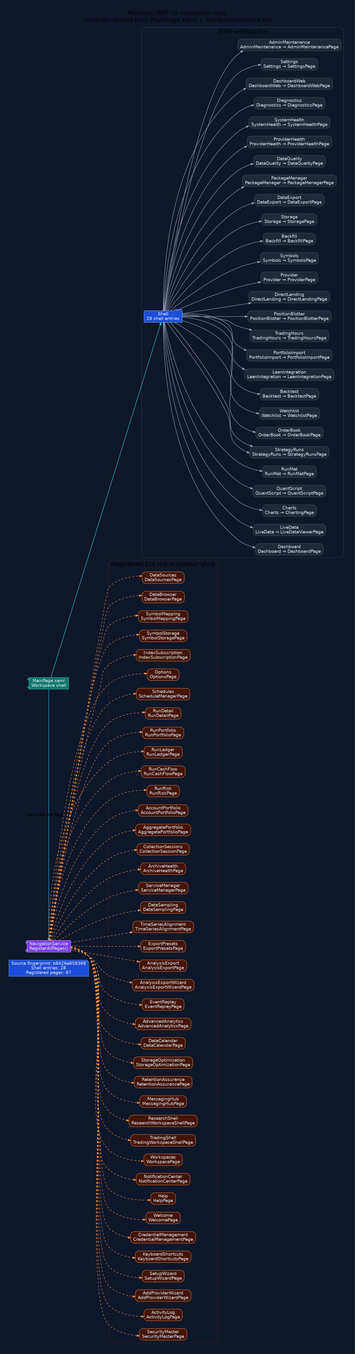
rodoHasArrived/Meridian-main keeps this Graphviz diagram as docs/diagrams/ui-navigation-map.png. Above is the earlier version. Its source is kept beside it as docs/diagrams/ui-navigation-map.dot.
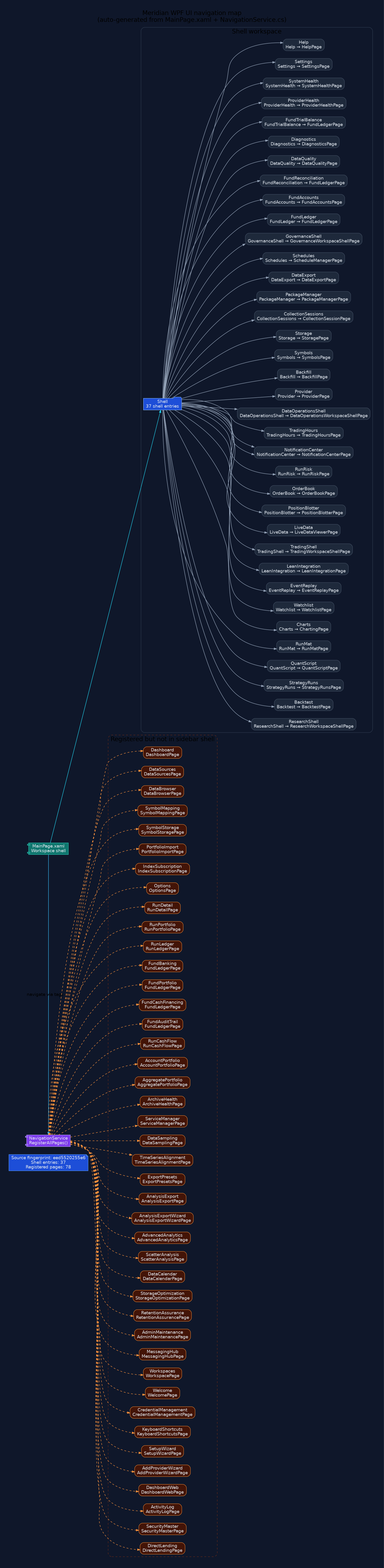
The same diagram one commit later.

What changed in the source:
```diff
@@ -13,7 +13,7 @@
   node [fontname="Segoe UI", shape=box, style="rounded,filled", color="#475569", fontcolor="#e2e8f0", fillcolor="#1e293b"];
   edge [fontname="Segoe UI", color="#94a3b8", penwidth=1.3, arrowsize=0.8];
 
-  generated [shape=note, fillcolor="#1d4ed8", color="#60a5fa", label="Source fingerprint: b8426e858368\nShell entries: 28\nRegistered pages: 67"];
+  generated [shape=note, fillcolor="#1d4ed8", color="#60a5fa", label="Source fingerprint: eed5520255e6\nShell entries: 37\nRegistered pages: 78"];
   shell [shape=component, fillcolor="#0f766e", color="#2dd4bf", label="MainPage.xaml\nWorkspace shell"];
   navigation [shape=component, fillcolor="#7c3aed", color="#c4b5fd", label="NavigationService\nRegisterAllPages()"];
   shell -> navigation [label="navigate via tags", color="#38bdf8"];
@@ -22,70 +22,90 @@
     label="Shell workspace";
     color="#334155";
     style="rounded";
-    workspace_1 [shape=folder, fillcolor="#1d4ed8", color="#93c5fd", label="Shell\n28 shell entries"];
+    workspace_1 [shape=folder, fillcolor="#1d4ed8", color="#93c5fd", label="Shell\n37 shell entries"];
     shell -> workspace_1 [color="#22d3ee"];
-    page_Dashboard [label="Dashboard\nDashboard → DashboardPage", fillcolor="#1e293b"];
-    workspace_1 -> page_Dashboard;
-    page_LiveData [label="LiveData\nLiveData → LiveDataViewerPage", fillcolor="#1e293b"];
-    workspace_1 -> page_LiveData;
-    page_Charts [label="Charts\nCharts → ChartingPage", fillcolor="#1e293b"];
-    workspace_1 -> page_Charts;
+    page_ResearchShell [label="ResearchShell\nResearchShell → ResearchWorkspaceShellPage", fillcolor="#1e293b"];
+    workspace_1 -> page_ResearchShell;
+    page_Backtest [label="Backtest\nBacktest → BacktestPage", fillcolor="#1e293b"];
+    workspace_1 -> page_Backtest;
+    page_StrategyRuns [label="StrategyRuns\nStrategyRuns → StrategyRunsPage", fillcolor="#1e293b"];
+    workspace_1 -> page_StrategyRuns;
     page_QuantScript [label="QuantScript\nQuantScript → QuantScriptPage", fillcolor="#1e293b"];
     workspace_1 -> page_QuantScript;
     page_RunMat [label="RunMat\nRunMat → RunMatPage", fillcolor="#1e293b"];
     workspace_1 -> page_RunMat;
-    page_StrategyRuns [label="StrategyRuns\nStrategyRuns → StrategyRunsPage", fillcolor="#1e293b"];
-    workspace_1 -> page_StrategyRuns;
+    page_Charts [label="Charts\nCharts → ChartingPage", fillcolor="#1e293b"];
+    workspace_1 -> page_Charts;
+    page_Watchlist [label="Watchlist\nWatchlist → WatchlistPage", fillcolor="#1e293b"];
+    workspace_1 -> page_Watchlist;
+    page_EventReplay [label="EventReplay\nEventReplay → EventReplayPage", fillcolor="#1e293b"];
+    workspace_1 -> page_EventReplay;
+    page_LeanIntegration [label="LeanIntegration\nLeanIntegration → LeanIntegrationPage", fillcolor="#1e293b"];
+    workspace_1 -> page_LeanIntegration;
+    page_TradingShell [label="TradingShell\nTradingShell → TradingWorkspaceShellPage", fillcolor="#1e293b"];
+    workspace_1 -> page_TradingShell;
+    page_LiveData [label="LiveData\nLiveData → LiveDataViewerPage", fillcolor="#1e293b"];
+    workspace_1 -> page_LiveData;
+    page_PositionBlotter [label="PositionBlotter\nPositionBlotter → PositionBlotterPage", fillcolor="#1e293b"];
+    workspace_1 -> page_PositionBlotter;
     page_OrderBook [label="OrderBook\nOrderBook → OrderBookPage", fillcolor="#1e293b"];
     workspace_1 -> page_OrderBook;
-    page_Watchlist [label="Watchlist\nWatchlist → WatchlistPage", fillcolor="#1e293b"];
-    workspace_1 -> page_Watchlist;
-    page_Backtest [label="Backtest\nBacktest → BacktestPage", fillcolor="#1e293b"];
-    workspace_1 -> page_Backtest;
-    page_StrategyRuns [label="StrategyRuns\nStrategyRuns → StrategyRunsPage", fillcolor="#1e293b"];
-    workspace_1 -> page_StrategyRuns;
-    page_LeanIntegration [label="LeanIntegration\nLeanIntegration → LeanIntegrationPage", fillcolor="#1e293b"];
-    workspace_1 -> page_LeanIntegration;
-    page_PortfolioImport [label="PortfolioImport\nPortfolioImport → PortfolioImportPage", fillcolor="#1e293b"];
-    workspace_1 -> page_PortfolioImport;
+    page_RunRisk [label="RunRisk\nRunRisk → RunRiskPage", fillcolor="#1e293b"];
+    workspace_1 -> page_RunRisk;
+    page_NotificationCenter [label="NotificationCenter\nNotificationCenter → NotificationCenterPage", fillcolor="#1e293b"];
+    workspace_1 -> page_NotificationCenter;
     page_TradingHours [label="TradingHours\nTradingHours → TradingHoursPage", fillcolor="#1e293b"];
     workspace_1 -> page_TradingHours;
-    page_PositionBlotter [label="PositionBlotter\nPositionBlotter → PositionBlotterPage", fillcolor="#1e293b"];
-    workspace_1 -> page_PositionBlotter;
-    page_DirectLending [label="DirectLending\nDirectLending → DirectLendingPage", fillcolor="#1e293b"];
-    workspace_1 -> page_DirectLending;
+    page_DataOperationsShell [label="DataOperationsShell\nDataOperationsShell → DataOperationsWorkspaceShellPage", fillcolor="#1e293b"];
+    workspace_1 -> page_DataOperationsShell;
     page_Provider [label="Provider\nProvider → ProviderPage", fillcolor="#1e293b"];
     workspace_1 -> page_Provider;
+    page_Backfill [label="Backfill\nBackfill → BackfillPage", fillcolor="#1e293b"];
+    workspace_1 -> page_Backfill;
     page_Symbols [label="Symbols\nSymbols → SymbolsPage", fillcolor="#1e293b"];
     workspace_1 -> page_Symbols;
-    page_Backfill [label="Backfill\nBackfill → BackfillPage", fillcolor="#1e293b"];
-    workspace_1 -> page_Backfill;
     page_Storage [label="Storage\nStorage → StoragePage", fillcolor="#1e293b"];
     workspace_1 -> page_Storage;
+    page_CollectionSessions [label="CollectionSessions\nCollectionSessions → CollectionSessionPage", fillcolor="#1e293b"];
+    workspace_1 -> page_CollectionSessions;
+    page_PackageManager [label="PackageManager\nPackageManager → PackageManagerPage", fillcolor="#1e293b"];
+    workspace_1 -> page_PackageManager;
     page_DataExport [label="DataExport\nDataExport → DataExportPage", fillcolor="#1e293b"];
     workspace_1 -> page_DataExport;
-    page_PackageManager [label="PackageManager\nPackageManager → PackageManagerPage", fillcolor="#1e293b"];
-    workspace_1 -> page_PackageManager;
+    page_Schedules [label="Schedules\nSchedules → ScheduleManagerPage", fillcolor="#1e293b"];
+    workspace_1 -> page_Schedules;
+    page_GovernanceShell [label="GovernanceShell\nGovernanceShell → GovernanceWorkspaceShellPage", fillcolor="#1e293b"];
+    workspace_1 -> page_GovernanceShell;
+    page_FundLedger [label="FundLedger\nFundLedger → FundLedgerPage", fillcolor="#1e293b"];
+    workspace_1 -> page_FundLedger;
+    page_FundAccounts [label="FundAccounts\nFundAccounts → FundAccountsPage", fillcolor="#1e293b"];
+    workspace_1 -> page_FundAccounts;
+    page_FundReconciliation [label="FundReconciliation\nFundReconciliation → FundLedgerPage", fillcolor="#1e293b"];
+    workspace_1 -> page_FundReconciliation;
     page_DataQuality [label="DataQuality\nDataQuality → DataQualityPage", fillcolor="#1e293b"];
     workspace_1 -> page_DataQuality;
+    page_Diagnostics [label="Diagnostics\nDiagnostics → DiagnosticsPage", fillcolor="#1e293b"];
+    workspace_1 -> page_Diagnostics;
+    page_NotificationCenter [label="NotificationCenter\nNotificationCenter → NotificationCenterPage", fillcolor="#1e293b"];
+    workspace_1 -> page_NotificationCenter;
+    page_FundTrialBalance [label="FundTrialBalance\nFundTrialBalance → FundLedgerPage", fillcolor="#1e293b"];
+    workspace_1 -> page_FundTrialBalance;
     page_ProviderHealth [label="ProviderHealth\nProviderHealth → ProviderHealthPage", fillcolor="#1e293b"];
     workspace_1 -> page_ProviderHealth;
     page_SystemHealth [label="SystemHealth\nSystemHealth → SystemHealthPage", fillcolor="#1e293b"];
     workspace_1 -> page_SystemHealth;
-    page_Diagnostics [label="Diagnostics\nDiagnostics → DiagnosticsPage", fillcolor="#1e293b"];
-    workspace_1 -> page_Diagnostics;
-    page_DashboardWeb [label="DashboardWeb\nDashboardWeb → DashboardWebPage", fillcolor="#1e293b"];
-    workspace_1 -> page_DashboardWeb;
     page_Settings [label="Settings\nSettings → SettingsPage", fillcolor="#1e293b"];
     workspace_1 -> page_Settings;
-    page_AdminMaintenance [label="AdminMaintenance\nAdminMaintenance → AdminMaintenancePage", fillcolor="#1e293b"];
-    workspace_1 -> page_AdminMaintenance;
+    page_Help [label="Help\nHelp → HelpPage", fillcolor="#1e293b"];
+    workspace_1 -> page_Help;
   }
 
   subgraph cluster_hidden_pages {
     label="Registered but not in sidebar shell";
     color="#7c2d12";
     style="rounded,dashed";
+    hidden_Dashboard [label="Dashboard\nDashboardPage", fillcolor="#431407", color="#fb923c"];
+    navigation -> hidden_Dashboard [style=dashed, color="#fb923c"];
     hidden_DataSources [label="DataSources\nDataSourcesPage", fillcolor="#431407", color="#fb923c"];
     navigation -> hidden_DataSources [style=dashed, color="#fb923c"];
     hidden_DataBrowser [label="DataBrowser\nDataBrowserPage", fillcolor="#431407", color="#fb923c"];
@@ -94,28 +114,32 @@
     navigation -> hidden_SymbolMapping [style=dashed, color="#fb923c"];
     hidden_SymbolStorage [label="SymbolStorage\nSymbolStoragePage", fillcolor="#431407", color="#fb923c"];
     navigation -> hidden_SymbolStorage [style=dashed, color="#fb923c"];
+    hidden_PortfolioImport [label="PortfolioImport\nPortfolioImportPage", fillcolor="#431407", color="#fb923c"];
+    navigation -> hidden_PortfolioImport [style=dashed, color="#fb923c"];
     hidden_IndexSubscription [label="IndexSubscription\nIndexSubscriptionPage", fillcolor="#431407", color="#fb923c"];
     navigation -> hidden_IndexSubscription [style=dashed, color="#fb923c"];
     hidden_Options [label="Options\nOptionsPage", fillcolor="#431407", color="#fb923c"];
     navigation -> hidden_Options [style=dashed, color="#fb923c"];
-    hidden_Schedules [label="Schedules\nScheduleManagerPage", fillcolor="#431407", color="#fb923c"];
-    navigation -> hidden_Schedules [style=dashed, color="#fb923c"];
     hidden_RunDetail [label="RunDetail\nRunDetailPage", fillcolor="#431407", color="#fb923c"];
     navigation -> hidden_RunDetail [style=dashed, color="#fb923c"];
     hidden_RunPortfolio [label="RunPortfolio\nRunPortfolioPage", fillcolor="#431407", color="#fb923c"];
     navigation -> hidden_RunPortfolio [style=dashed, color="#fb923c"];
     hidden_RunLedger [label="RunLedger\nRunLedgerPage", fillcolor="#431407", color="#fb923c"];
     navigation -> hidden_RunLedger [style=dashed, color="#fb923c"];
+    hidden_FundBanking [label="FundBanking\nFundLedgerPage", fillcolor="#431407", color="#fb923c"];
+    navigation -> hidden_FundBanking [style=dashed, color="#fb923c"];
+    hidden_FundPortfolio [label="FundPortfolio\nFundLedgerPage", fillcolor="#431407", color="#fb923c"];
+    navigation -> hidden_FundPortfolio [style=dashed, color="#fb923c"];
+    hidden_FundCashFinancing [label="FundCashFinancing\nFundLedgerPage", fillcolor="#431407", color="#fb923c"];
+    navigation -> hidden_FundCashFinancing [style=dashed, color="#fb923c"];
+    hidden_FundAuditTrail [label="FundAuditTrail\nFundLedgerPage", fillcolor="#431407", color="#fb923c"];
+    navigation -> hidden_FundAuditTrail [style=dashed, color="#fb923c"];
     hidden_RunCashFlow [label="RunCashFlow\nRunCashFlowPage", fillcolor="#431407", color="#fb923c"];
     navigation -> hidden_RunCashFlow [style=dashed, color="#fb923c"];
-    hidden_RunRisk [label="RunRisk\nRunRiskPage", fillcolor="#431407", color="#fb923c"];
-    navigation -> hidden_RunRisk [style=dashed, color="#fb923c"];
     hidden_AccountPortfolio [label="AccountPortfolio\nAccountPortfolioPage", fillcolor="#431407", color="#fb923c"];
     navigation -> hidden_AccountPortfolio [style=dashed, color="#fb923c"];
     hidden_AggregatePortfolio [label="AggregatePortfolio\nAggregatePortfolioPage", fillcolor="#431407", color="#fb923c"];
     navigation -> hidden_AggregatePortfolio [style=dashed, color="#fb923c"];
-    hidden_CollectionSessions [label="CollectionSessions\nCollectionSessionPage", fillcolor="#431407", color="#fb923c"];
-    navigation -> hidden_CollectionSessions [style=dashed, color="#fb923c"];
     hidden_ArchiveHealth [label="ArchiveHealth\nArchiveHealthPage", fillcolor="#431407", color="#fb923c"];
     navigation -> hidden_ArchiveHealth [style=dashed, color="#fb923c"];
     hidden_ServiceManager [label="ServiceManager\nServiceManagerPage", fillcolor="#431407", color="#fb923c"];
@@ -130,28 +154,22 @@
     navigation -> hidden_AnalysisExport [style=dashed, color="#fb923c"];
     hidden_AnalysisExportWizard [label="AnalysisExportWizard\nAnalysisExportWizardPage", fillcolor="#431407", color="#fb923c"];
     navigation -> hidden_AnalysisExportWizard [style=dashed, color="#fb923c"];
-    hidden_EventReplay [label="EventReplay\nEventReplayPage", fillcolor="#431407", color="#fb923c"];
-    navigation -> hidden_EventReplay [style=dashed, color="#fb923c"];
     hidden_AdvancedAnalytics [label="AdvancedAnalytics\nAdvancedAnalyticsPage", fillcolor="#431407", color="#fb923c"];
     navigation -> hidden_AdvancedAnalytics [style=dashed, color="#fb923c"];
+    hidden_ScatterAnalysis [label="ScatterAnalysis\nScatterAnalysisPage", fillcolor="#431407", color="#fb923c"];
+    navigation -> hidden_ScatterAnalysis [style=dashed, color="#fb923c"];
     hidden_DataCalendar [label="DataCalendar\nDataCalendarPage", fillcolor="#431407", color="#fb923c"];
     navigation -> hidden_DataCalendar [style=dashed, color="#fb923c"];
     hidden_StorageOptimization [label="StorageOptimization\nStorageOptimizationPage", fillcolor="#431407", color="#fb923c"];
     navigation -> hidden_StorageOptimization [style=dashed, color="#fb923c"];
     hidden_RetentionAssurance [label="RetentionAssurance\nRetentionAssurancePage", fillcolor="#431407", color="#fb923c"];
     navigation -> hidden_RetentionAssurance [style=dashed, color="#fb923c"];
+    hidden_AdminMaintenance [label="AdminMaintenance\nAdminMaintenancePage", fillcolor="#431407", color="#fb923c"];
+    navigation -> hidden_AdminMaintenance [style=dashed, color="#fb923c"];
     hidden_MessagingHub [label="MessagingHub\nMessagingHubPage", fillcolor="#431407", color="#fb923c"];
     navigation -> hidden_MessagingHub [style=dashed, color="#fb923c"];
-    hidden_ResearchShell [label="ResearchShell\nResearchWorkspaceShellPage", fillcolor="#431407", color="#fb923c"];
-    navigation -> hidden_ResearchShell [style=dashed, color="#fb923c"];
-    hidden_TradingShell [label="TradingShell\nTradingWorkspaceShellPage", fillcolor="#431407", color="#fb923c"];
-    navigation -> hidden_TradingShell [style=dashed, color="#fb923c"];
     hidden_Workspaces [label="Workspaces\nWorkspacePage", fillcolor="#431407", color="#fb923c"];
     navigation -> hidden_Workspaces [style=dashed, color="#fb923c"];
-    hidden_NotificationCenter [label="NotificationCenter\nNotificationCenterPage", fillcolor="#431407", color="#fb923c"];
-    navigation -> hidden_NotificationCenter [style=dashed, color="#fb923c"];
-    hidden_Help [label="Help\nHelpPage", fillcolor="#431407", color="#fb923c"];
-    navigation -> hidden_Help [style=dashed, color="#fb923c"];
     hidden_Welcome [label="Welcome\nWelcomePage", fillcolor="#431407", color="#fb923c"];
     navigation -> hidden_Welcome [style=dashed, color="#fb923c"];
     hidden_CredentialManagement [label="CredentialManagement\nCredentialManagementPage", fillcolor="#431407", color="#fb923c"];
@@ -162,10 +180,14 @@
     navigation -> hidden_SetupWizard [style=dashed, color="#fb923c"];
     hidden_AddProviderWizard [label="AddProviderWizard\nAddProviderWizardPage", fillcolor="#431407", color="#fb923c"];
     navigation -> hidden_AddProviderWizard [style=dashed, color="#fb923c"];
+    hidden_DashboardWeb [label="DashboardWeb\nDashboardWebPage", fillcolor="#431407", color="#fb923c"];
+    navigation -> hidden_DashboardWeb [style=dashed, color="#fb923c"];
     hidden_ActivityLog [label="ActivityLog\nActivityLogPage", fillcolor="#431407", color="#fb923c"];
     navigation -> hidden_ActivityLog [style=dashed, color="#fb923c"];
     hidden_SecurityMaster [label="SecurityMaster\nSecurityMasterPage", fillcolor="#431407", color="#fb923c"];
     navigation -> hidden_SecurityMaster [style=dashed, color="#fb923c"];
+    hidden_DirectLending [label="DirectLending\nDirectLendingPage", fillcolor="#431407", color="#fb923c"];
+    navigation -> hidden_DirectLending [style=dashed, color="#fb923c"];
   }
 
   { rank=min; generated; shell; navigation; }
```
